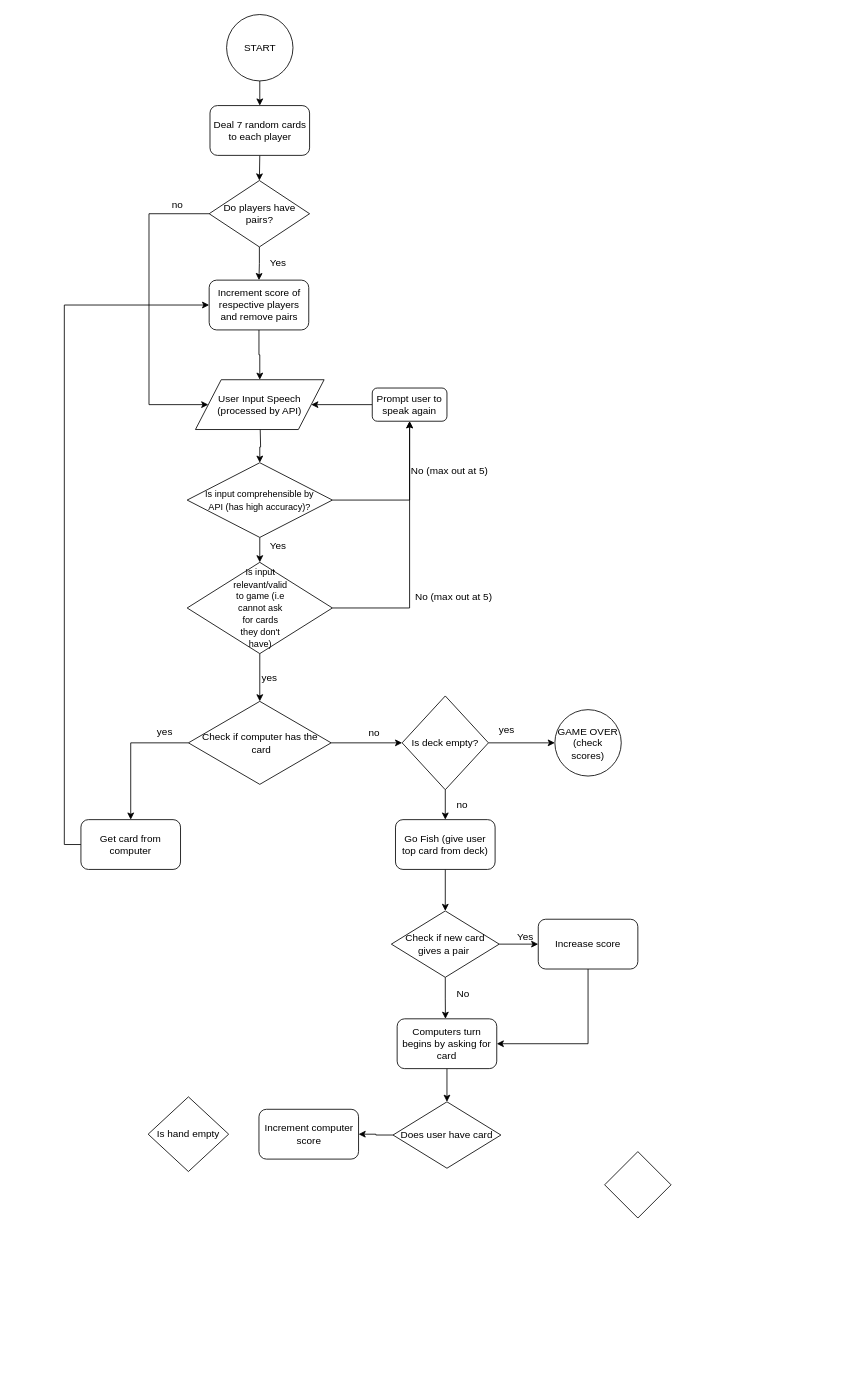
The draw.io diagram Go Fish Game Flow.drawio in isobonja/CS-321-Project, before the edit. Source tidied: cells renumbered, new cells numbered last; positions are measured from the earlier drawing's top-left corner, leaving out a move shared by most shapes. Both pictures are drawn from the tidied source at 83%, with x=0, y=0 at pixel (81, 14).
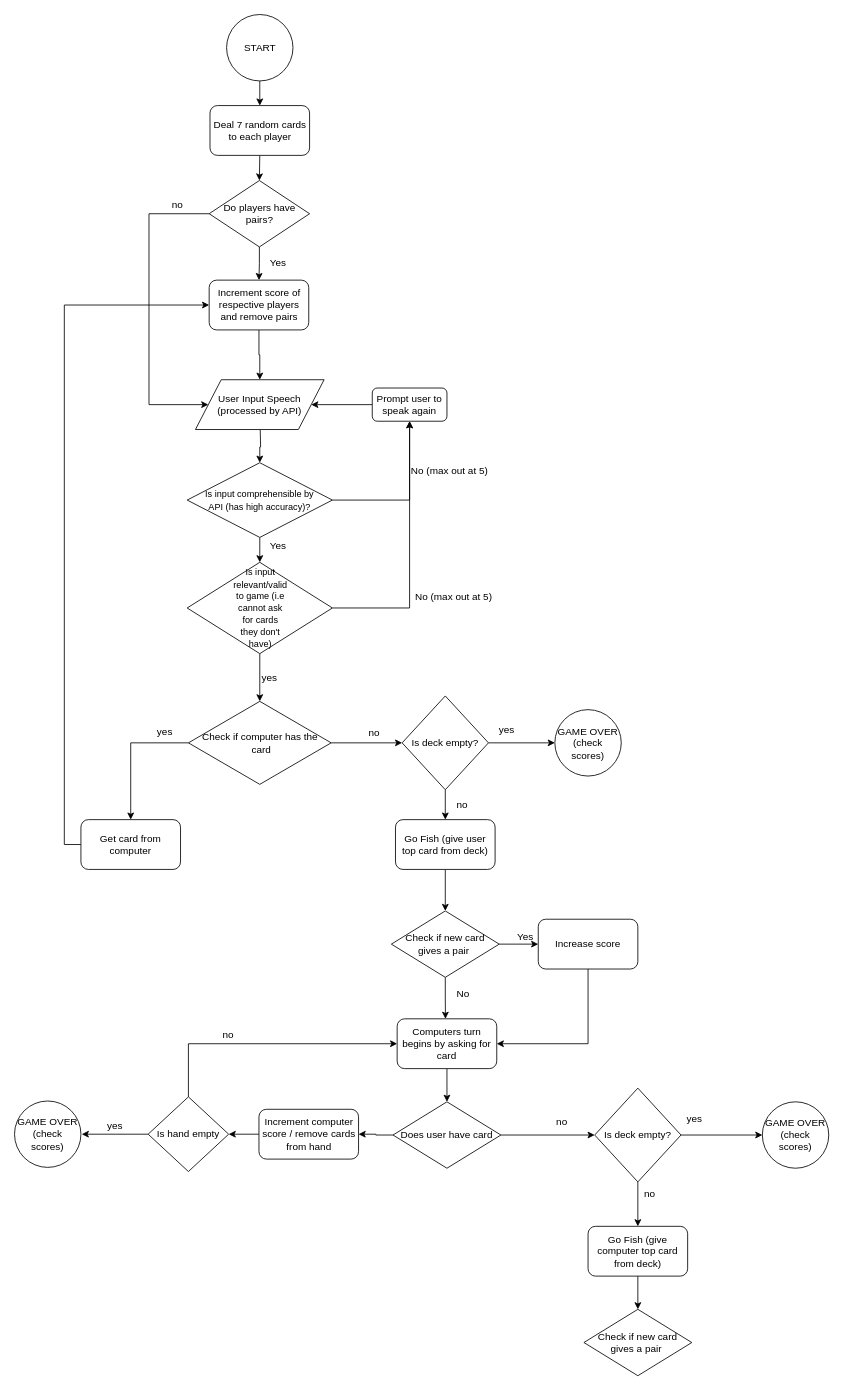
After the change.

Unchanged cells that the change refers to:
```xml
<mxCell id="48" value="Computers turn begins by asking for card" style="rounded=1;whiteSpace=wrap;html=1;" parent="1" vertex="1">
  <mxGeometry x="381" y="1210" width="120" height="60" as="geometry" />
</mxCell>
<mxCell id="54" value="Does user have card" style="rhombus;whiteSpace=wrap;html=1;" parent="1" vertex="1">
  <mxGeometry x="376" y="1310" width="130" height="80" as="geometry" />
</mxCell>
<mxCell id="57" value="Is hand empty" style="rhombus;whiteSpace=wrap;html=1;" parent="1" vertex="1">
  <mxGeometry x="81" y="1304" width="97" height="90" as="geometry" />
</mxCell>
```

The edit, as a diff of the source:
```diff
@@
+    <mxCell id="58" style="edgeStyle=orthogonalEdgeStyle;rounded=0;jettySize=auto;html=1;exitX=1;exitY=0.5;exitDx=0;exitDy=0;entryX=0;entryY=0.5;entryDx=0;entryDy=0;" parent="1" edge="1" source="54" target="69">
+      <mxGeometry relative="1" as="geometry" />
+    </mxCell>
@@
+    <mxCell id="59" style="edgeStyle=orthogonalEdgeStyle;rounded=0;jettySize=auto;html=1;exitX=0;exitY=0.5;exitDx=0;exitDy=0;entryX=1;entryY=0.5;entryDx=0;entryDy=0;" parent="1" edge="1" source="55" target="57">
+      <mxGeometry relative="1" as="geometry" />
+    </mxCell>
-    <mxCell id="55" value="Increment computer score" style="rounded=1;whiteSpace=wrap;html=1;" parent="1" vertex="1">
+    <mxCell id="55" value="Increment computer score / remove cards from hand" style="rounded=1;whiteSpace=wrap;html=1;" parent="1" vertex="1">
       <mxGeometry x="214.5" y="1319" width="120" height="60" as="geometry" />
     </mxCell>
-    <mxCell id="56" style="rhombus;whiteSpace=wrap;html=1;" parent="1" vertex="1">
-      <mxGeometry x="631" y="1370" width="80" height="80" as="geometry" />
-    </mxCell>
+    <mxCell id="60" style="edgeStyle=orthogonalEdgeStyle;rounded=0;jettySize=auto;html=1;" parent="1" edge="1" source="57">
+      <mxGeometry relative="1" as="geometry">
+        <mxPoint x="1" y="1349" as="targetPoint" />
+      </mxGeometry>
+    </mxCell>
+    <mxCell id="61" style="edgeStyle=orthogonalEdgeStyle;rounded=0;jettySize=auto;html=1;exitX=0.5;exitY=0;exitDx=0;exitDy=0;entryX=0;entryY=0.5;entryDx=0;entryDy=0;" parent="1" edge="1" source="57" target="48">
+      <mxGeometry relative="1" as="geometry" />
+    </mxCell>
@@
+    <mxCell id="62" value="no" style="text;html=1;align=left;verticalAlign=top;spacingTop=-4;" parent="1" vertex="1">
+      <mxGeometry x="169" y="1219" width="30" height="20" as="geometry" />
+    </mxCell>
+    <mxCell id="63" value="yes" style="text;html=1;align=left;verticalAlign=top;spacingTop=-4;" parent="1" vertex="1">
+      <mxGeometry x="30" y="1329" width="30" height="20" as="geometry" />
+    </mxCell>
+    <mxCell id="64" value="GAME OVER (check scores)" style="ellipse;whiteSpace=wrap;html=1;" parent="1" vertex="1">
+      <mxGeometry x="-80" y="1309" width="80" height="80" as="geometry" />
+    </mxCell>
+    <mxCell id="65" style="edgeStyle=orthogonalEdgeStyle;rounded=0;jettySize=auto;html=1;exitX=0.5;exitY=1;exitDx=0;exitDy=0;entryX=0.5;entryY=0;entryDx=0;entryDy=0;" parent="1" edge="1" source="66" target="74">
+      <mxGeometry relative="1" as="geometry" />
+    </mxCell>
+    <mxCell id="66" value="Go Fish (give computer top card from deck)" style="rounded=1;whiteSpace=wrap;html=1;" parent="1" vertex="1">
+      <mxGeometry x="611" y="1460" width="120" height="60" as="geometry" />
+    </mxCell>
+    <mxCell id="67" style="edgeStyle=orthogonalEdgeStyle;rounded=0;jettySize=auto;html=1;exitX=0.5;exitY=1;exitDx=0;exitDy=0;entryX=0.5;entryY=0;entryDx=0;entryDy=0;" parent="1" edge="1" source="69" target="66">
+      <mxGeometry relative="1" as="geometry" />
+    </mxCell>
+    <mxCell id="68" style="edgeStyle=orthogonalEdgeStyle;rounded=0;jettySize=auto;html=1;exitX=1;exitY=0.5;exitDx=0;exitDy=0;" parent="1" edge="1" source="69" target="72">
+      <mxGeometry relative="1" as="geometry" />
+    </mxCell>
+    <mxCell id="69" value="Is deck empty?" style="rhombus;whiteSpace=wrap;html=1;rotation=0;" parent="1" vertex="1">
+      <mxGeometry x="619" y="1293.5" width="104" height="113" as="geometry" />
+    </mxCell>
+    <mxCell id="70" value="no" style="text;html=1;align=left;verticalAlign=top;spacingTop=-4;" parent="1" vertex="1">
+      <mxGeometry x="571" y="1324.5" width="30" height="20" as="geometry" />
+    </mxCell>
+    <mxCell id="71" value="no" style="text;html=1;align=left;verticalAlign=top;spacingTop=-4;" parent="1" vertex="1">
+      <mxGeometry x="677" y="1410.5" width="30" height="20" as="geometry" />
+    </mxCell>
+    <mxCell id="72" value="GAME OVER (check scores)" style="ellipse;whiteSpace=wrap;html=1;" parent="1" vertex="1">
+      <mxGeometry x="821" y="1310" width="80" height="80" as="geometry" />
+    </mxCell>
+    <mxCell id="73" value="yes" style="text;html=1;align=left;verticalAlign=top;spacingTop=-4;" parent="1" vertex="1">
+      <mxGeometry x="728" y="1320.5" width="30" height="20" as="geometry" />
+    </mxCell>
+    <mxCell id="74" value="Check if new card &lt;br&gt;gives a pair&amp;nbsp;" style="rhombus;whiteSpace=wrap;html=1;" parent="1" vertex="1">
+      <mxGeometry x="606" y="1560" width="130" height="80" as="geometry" />
+    </mxCell>
```
